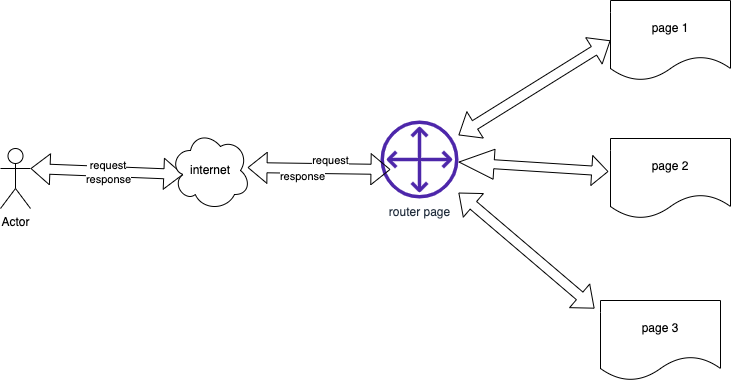
Above: docs/wby_platform.png in pomelio/cookbook (draw.io), before the change. Source tidied: cells renumbered, new cells last; positions are measured from the earlier drawing's top-left corner, leaving out a move shared by most shapes.
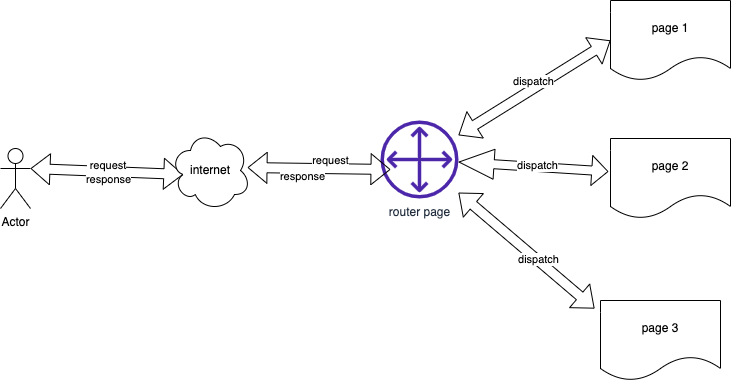
The same file after the commit.

What changed in the source:
```diff
@@ -20,12 +20,23 @@
     <mxCell id="7" style="shape=flexArrow;endArrow=classic;startArrow=classic;html=1;rounded=0;entryX=0;entryY=0.5;entryDx=0;entryDy=0;" parent="1" edge="1" source="3" target="4">
       <mxGeometry relative="1" as="geometry" />
     </mxCell>
+    <mxCell id="17" value="dispatch" style="edgeLabel;html=1;align=center;verticalAlign=middle;" parent="7" vertex="1">
+      <mxGeometry x="0.03" y="6" relative="1" as="geometry" />
+    </mxCell>
     <mxCell id="8" style="shape=flexArrow;endArrow=classic;startArrow=classic;html=1;rounded=0;width=9;endSize=5.08;entryX=-0.017;entryY=0.413;entryDx=0;entryDy=0;entryPerimeter=0;startSize=11.37;" parent="1" edge="1" source="3" target="5">
       <mxGeometry relative="1" as="geometry" />
     </mxCell>
+    <mxCell id="18" value="dispatch" style="edgeLabel;html=1;align=center;verticalAlign=middle;" parent="8" vertex="1">
+      <mxGeometry x="0.05" y="2" relative="1" as="geometry" />
+    </mxCell>
     <mxCell id="9" style="shape=flexArrow;endArrow=classic;startArrow=classic;html=1;rounded=0;entryX=-0.05;entryY=0.1;entryDx=0;entryDy=0;entryPerimeter=0;" parent="1" edge="1" source="3" target="6">
       <mxGeometry relative="1" as="geometry" />
     </mxCell>
+    <mxCell id="19" value="dispatch" style="edgeLabel;html=1;align=center;verticalAlign=middle;" parent="9" vertex="1">
+      <mxGeometry x="0.16" relative="1" as="geometry">
+        <mxPoint x="1" as="offset" />
+      </mxGeometry>
+    </mxCell>
     <mxCell id="10" style="shape=flexArrow;endArrow=classic;startArrow=classic;html=1;rounded=0;entryX=0.16;entryY=0.55;entryDx=0;entryDy=0;entryPerimeter=0;exitX=1;exitY=0.3333333333333333;exitDx=0;exitDy=0;exitPerimeter=0;" parent="1" edge="1" source="2" target="13">
       <mxGeometry relative="1" as="geometry" />
     </mxCell>
```
